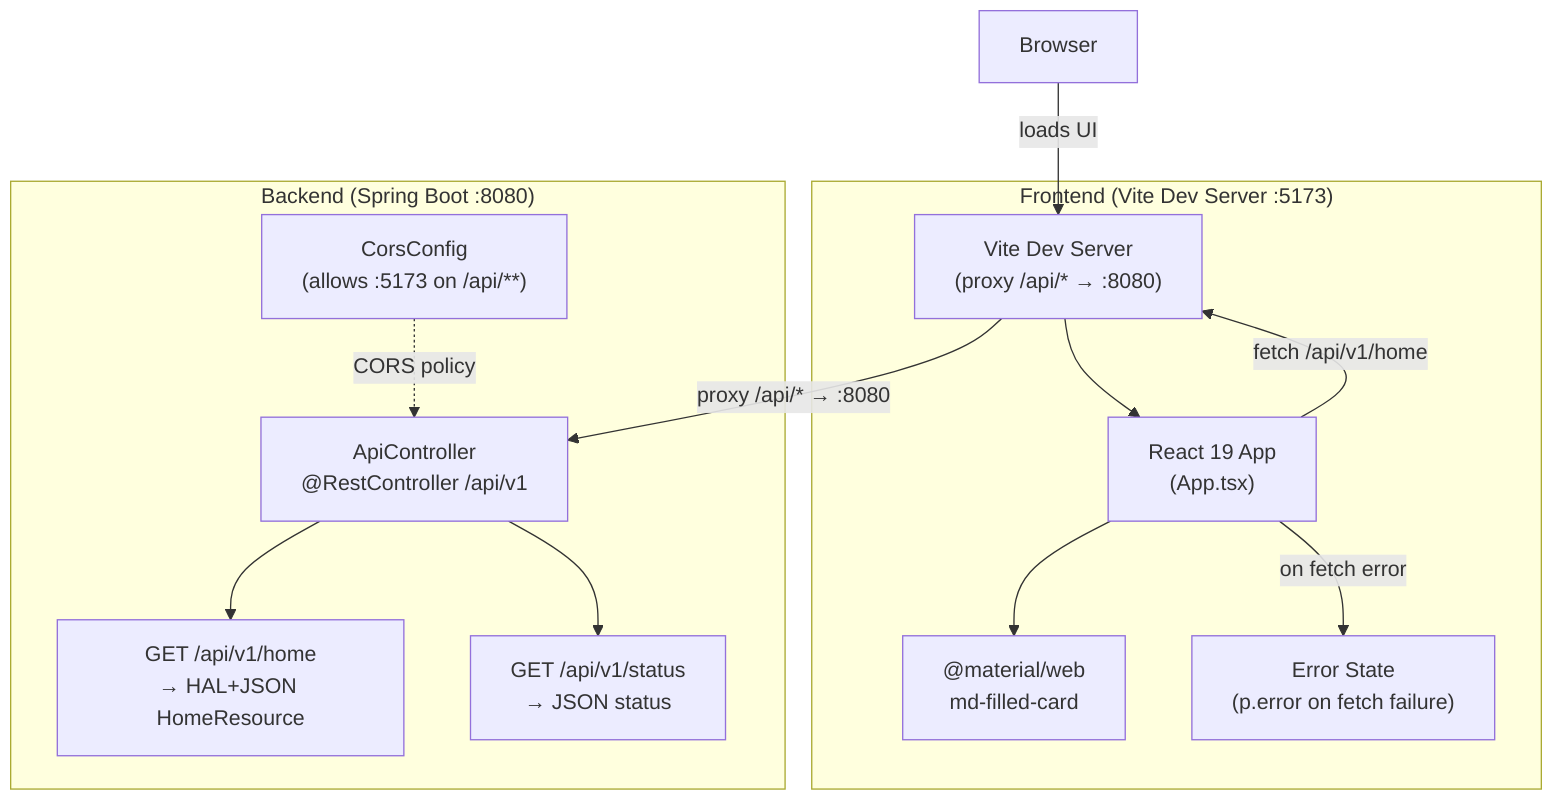
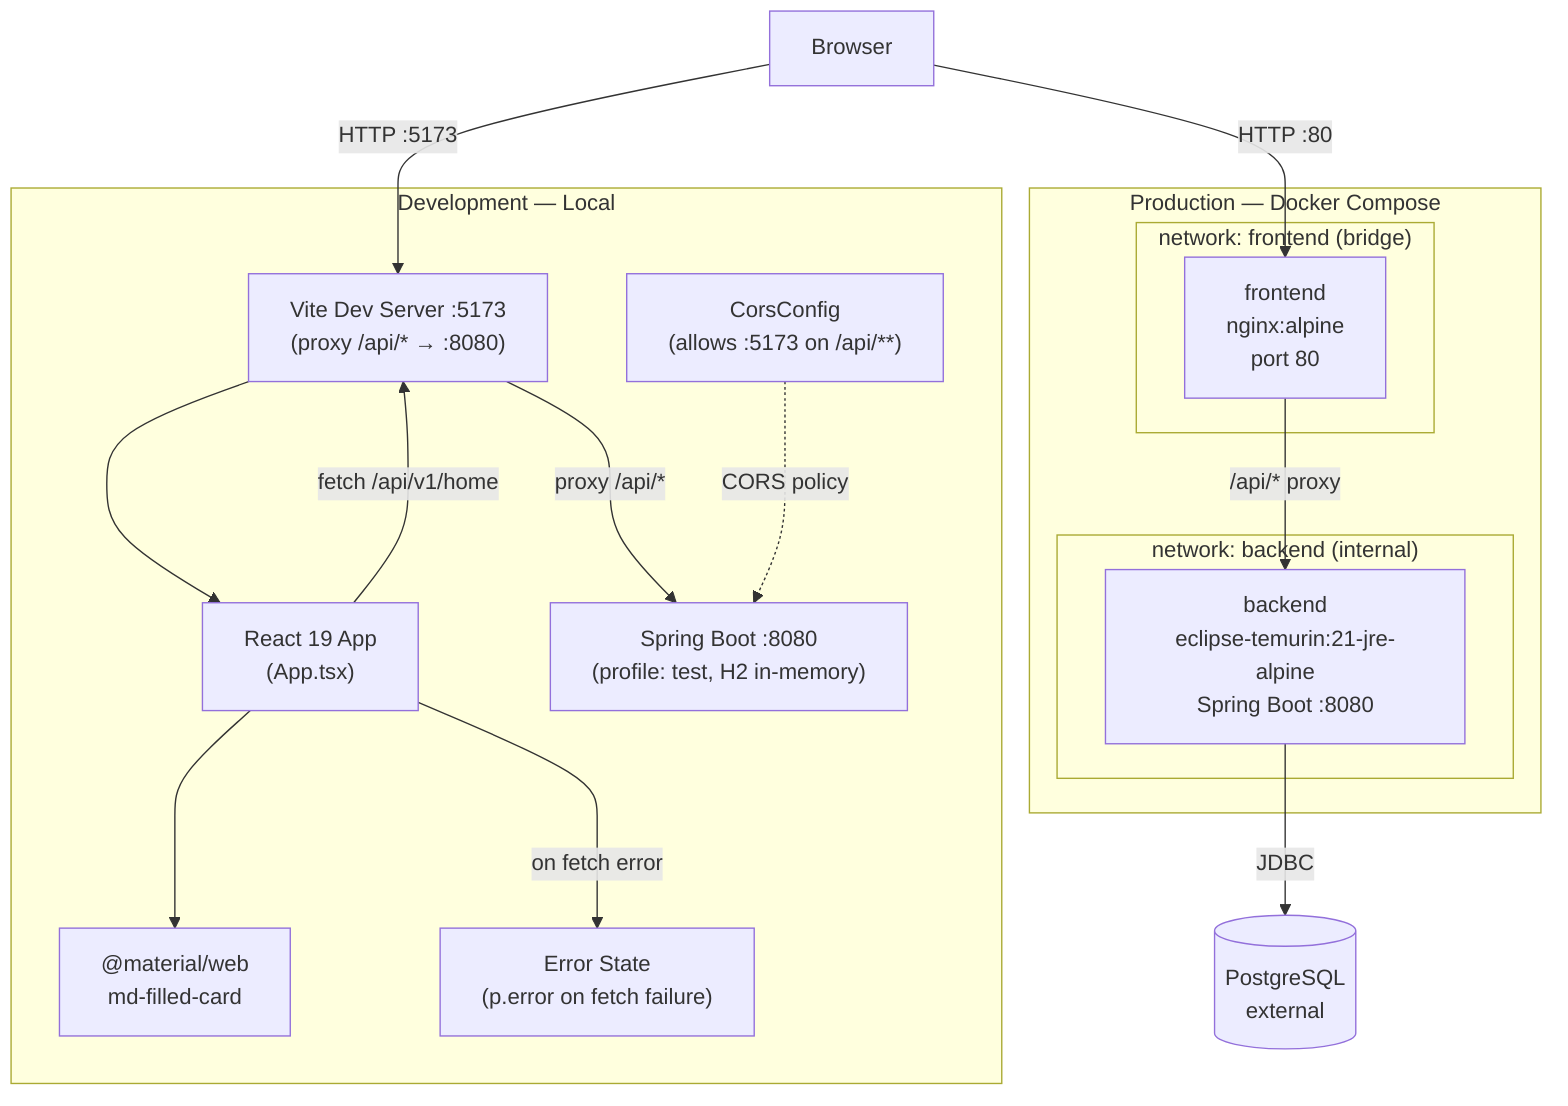
graph TB
    Browser["Browser"]

-     subgraph Frontend ["Frontend (Vite Dev Server :5173)"]
-         Vite["Vite Dev Server\n(proxy /api/* → :8080)"]
+     subgraph ProdDeploy ["Production — Docker Compose"]
+         subgraph network_frontend ["network: frontend (bridge)"]
+             FE["frontend\nnginx:alpine\nport 80"]
+         end
+         subgraph network_backend ["network: backend (internal)"]
+             BE["backend\neclipse-temurin:21-jre-alpine\nSpring Boot :8080"]
+         end
+         FE -->|"/api/* proxy"| BE
+     end
+ 
+     subgraph LocalDev ["Development — Local"]
+         Vite["Vite Dev Server :5173\n(proxy /api/* → :8080)"]
        React["React 19 App\n(App.tsx)"]
        MWC["@material/web\nmd-filled-card"]
+         SpringDev["Spring Boot :8080\n(profile: test, H2 in-memory)"]
+         CorsConfig["CorsConfig\n(allows :5173 on /api/**)"]
        ErrorState["Error State\n(p.error on fetch failure)"]
+         Vite --> React
+         React --> MWC
+         React -->|"fetch /api/v1/home"| Vite
+         Vite -->|"proxy /api/*"| SpringDev
+         CorsConfig -.->|"CORS policy"| SpringDev
+         React -->|"on fetch error"| ErrorState
    end

-     subgraph Backend ["Backend (Spring Boot :8080)"]
-         Controller["ApiController\n@RestController /api/v1"]
-         HomeEP["GET /api/v1/home\n→ HAL+JSON HomeResource"]
-         StatusEP["GET /api/v1/status\n→ JSON status"]
-         CorsConfig["CorsConfig\n(allows :5173 on /api/**)"]
-     end
+     PG[("PostgreSQL\nexternal")]

-     Browser -->|"loads UI"| Vite
-     Vite --> React
-     React --> MWC
-     React -->|"fetch /api/v1/home"| Vite
-     Vite -->|"proxy /api/* → :8080"| Controller
-     Controller --> HomeEP
-     Controller --> StatusEP
-     CorsConfig -.->|"CORS policy"| Controller
-     React -->|"on fetch error"| ErrorState
+     Browser -->|"HTTP :80"| FE
+     BE -->|"JDBC"| PG
+     Browser -->|"HTTP :5173"| Vite
